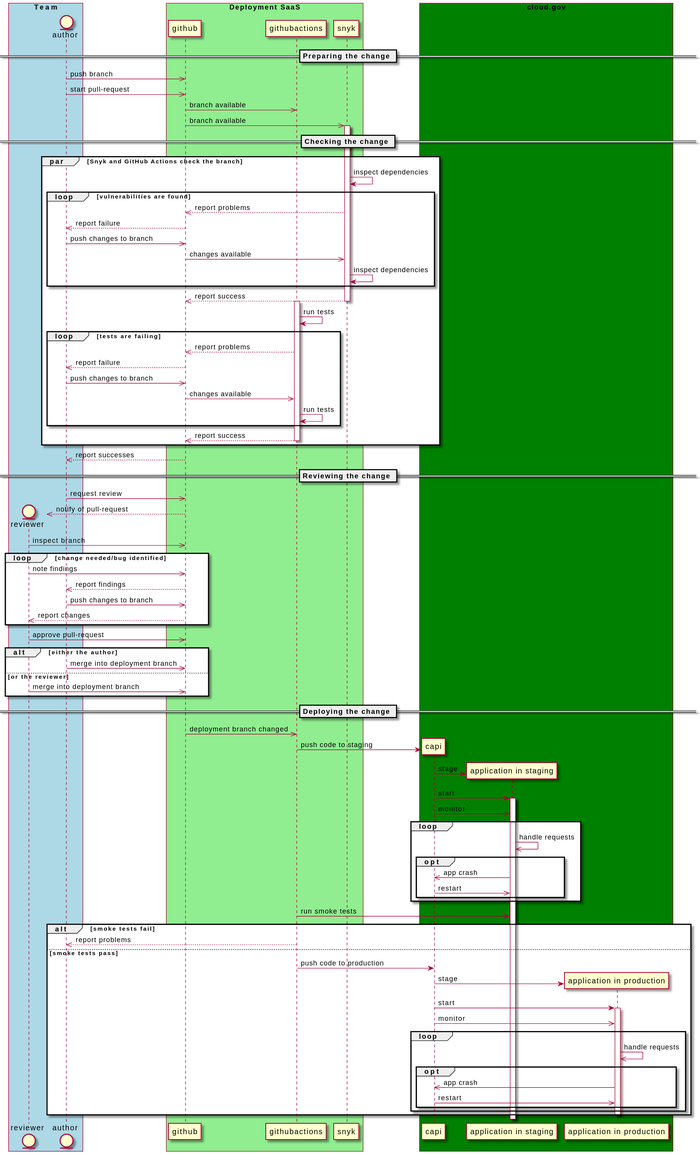
Earlier version of the PlantUML export out/generic/deployment-change/deployment-change.svg (GSA/datagov-compliance).
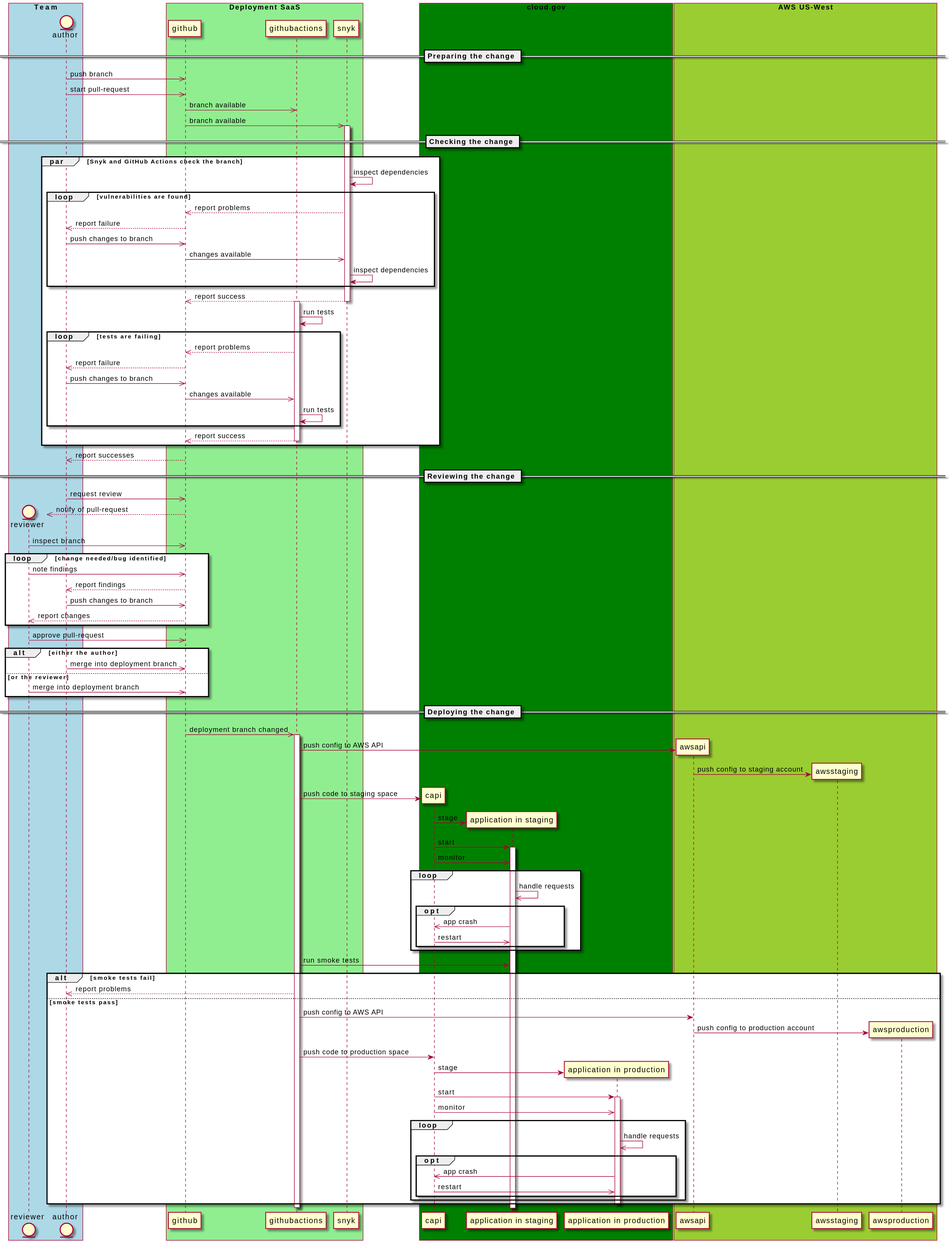
The same file after the commit.

Commit message:
Add the interactions between GitHub Actions and AWS

The edit, as a diff of the source:
```diff
@@ -63,10 +63,14 @@
 
 == Deploying the change ==
 github ->> githubactions: deployment branch changed
-
+activate githubactions
 participant "application in staging" as stagingapp
+create awsapi
+githubactions -> awsapi: push config to AWS API
+create awsstaging
+awsapi -> awsstaging: push config to staging account
 create capi
-githubactions -> capi: push code to staging
+githubactions -> capi: push code to staging space
 create stagingapp
 capi -> stagingapp: stage
 capi -> stagingapp: start
@@ -85,7 +89,10 @@
     author <<-- githubactions: report problems
 else smoke tests pass
     participant "application in production" as app
-    githubactions -> capi: push code to production
+    githubactions -> awsapi: push config to AWS API
+    create awsproduction
+    awsapi -> awsproduction: push config to production account
+    githubactions -> capi: push code to production space
     create app
     capi -> app: stage
     capi -> app: start
@@ -100,6 +107,8 @@
     end
     deactivate app
 end
+deactivate githubactions
+
 
 box "Deployment SaaS" #LightGreen
 	participant github
@@ -112,4 +121,10 @@
     participant stagingapp
     participant app
 end box
+
+box "AWS US-West" #YellowGreen
+    participant "AWS API" as awsapi
+    participant awsstaging
+    participant awsproduction
+end box
 @enduml
```
